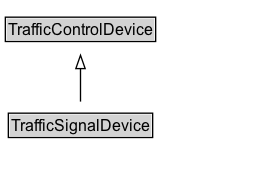
Before: docs/diagrams/TrafficSignalDevice.dot.png, a diagram exported from Graphviz (k-vaughn/ontology-its-regulation). Its source is kept beside it as docs/diagrams/TrafficSignalDevice.dot.
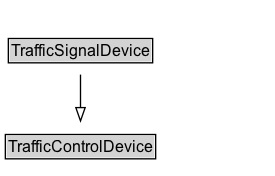
After the change.

Change to the diagram source:
```diff
@@ -2,14 +2,14 @@
 	graph [overlap=false rankdir=TB splines=true]
 	node [fontname=Arial fontsize=12 margin=0 shape=none]
 	edge [fontname=Arial fontsize=11]
+	TrafficSignalDevice [label=<<TABLE BORDER="1" CELLBORDER="0" CELLSPACING="0" CELLPADDING="1"><TR><TD BGCOLOR="lightgray" ALIGN="CENTER">TrafficSignalDevice</TD></TR></TABLE>> URL="../TrafficSignalDevice" margin=0]
 	{
 		rank=max
-		TrafficSignalDevice [label=<<TABLE BORDER="1" CELLBORDER="0" CELLSPACING="0" CELLPADDING="1"><TR><TD BGCOLOR="lightgray" ALIGN="CENTER" PORT="e">TrafficSignalDevice</TD></TR></TABLE>> URL="../TrafficSignalDevice.md" margin=0]
 	}
 	subgraph cluster_associated {
 		label="" style=invis
 		Invis [label=<<TABLE BORDER="0" CELLBORDER="0" CELLSPACING="0" CELLPADDING="1"><TR><TD></TD></TR></TABLE>> margin=0 style=invis]
 	}
-	TrafficControlDevice [label=<<TABLE BORDER="1" CELLBORDER="0" CELLSPACING="0" CELLPADDING="1"><TR><TD BGCOLOR="lightgray" ALIGN="CENTER">TrafficControlDevice</TD></TR></TABLE>> URL="../TrafficControlDevice.md" margin=0]
+	TrafficControlDevice [label=<<TABLE BORDER="1" CELLBORDER="0" CELLSPACING="0" CELLPADDING="1"><TR><TD BGCOLOR="lightgray" ALIGN="CENTER">TrafficControlDevice</TD></TR></TABLE>> URL="../TrafficControlDevice" margin=0]
 	TrafficSignalDevice -> TrafficControlDevice [arrowhead=onormal style=solid]
 }
```
